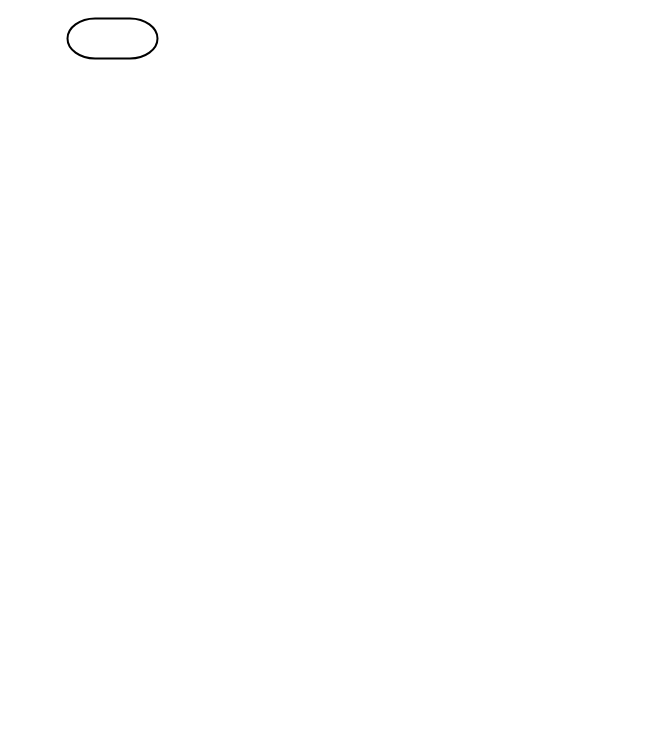
Earlier version of the draw.io diagram page "หน้า-1" (1 of 2) of แบบแผนที่ยังไม่ได้ตั้งชื่อ.drawio (HemunPrawang/C_work). Source tidied: cells renumbered, new cells numbered last; positions are measured from the earlier drawing's top-left corner, leaving out a move shared by most shapes. Both pictures are drawn from the tidied source at 100%, with x=0, y=0 at pixel (67, 18).
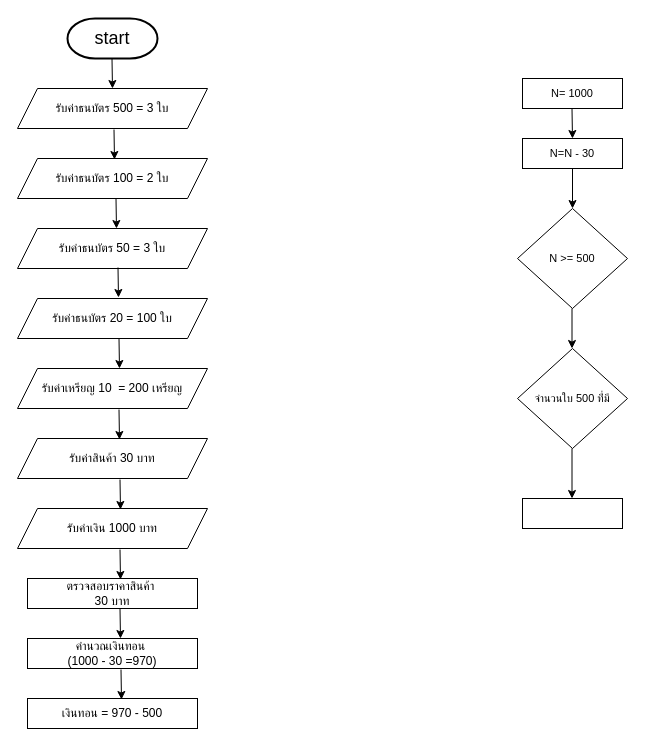
The same diagram, later.

The edit, as a diff of the source:
```diff
@@
-    <mxCell id="2" style="strokeWidth=2;html=1;shape=mxgraph.flowchart.terminator;whiteSpace=wrap;" parent="1" vertex="1">
+    <mxCell id="2" value="&lt;font style=&quot;font-size: 18px;&quot;&gt;start&lt;/font&gt;" style="strokeWidth=2;html=1;shape=mxgraph.flowchart.terminator;whiteSpace=wrap;" parent="1" vertex="1">
       <mxGeometry width="90" height="40" as="geometry" />
     </mxCell>
+    <mxCell id="3" style="endArrow=classic;html=1;rounded=0;" parent="1" edge="1">
+      <mxGeometry relative="1" as="geometry">
+        <mxPoint x="44.5" y="40" as="sourcePoint" />
+        <mxPoint x="45" y="70" as="targetPoint" />
+      </mxGeometry>
+    </mxCell>
+    <mxCell id="4" value="ตรวจสอบราคาสินค้า&amp;nbsp;&lt;div&gt;30 บาท&lt;/div&gt;" style="rounded=0;whiteSpace=wrap;html=1;" parent="1" vertex="1">
+      <mxGeometry x="-40" y="560" width="170" height="30" as="geometry" />
+    </mxCell>
+    <mxCell id="5" value="คำนวณเงินทอน&amp;nbsp;&lt;div&gt;(1000 - 30 =970)&lt;/div&gt;" style="rounded=0;whiteSpace=wrap;html=1;" parent="1" vertex="1">
+      <mxGeometry x="-40" y="620" width="170" height="30" as="geometry" />
+    </mxCell>
+    <mxCell id="6" value="เงินทอน = 970 - 500" style="rounded=0;whiteSpace=wrap;html=1;" parent="1" vertex="1">
+      <mxGeometry x="-40" y="680" width="170" height="30" as="geometry" />
+    </mxCell>
+    <mxCell id="7" value="รับค่าธนบัตร 500 = 3 ใบ" style="shape=parallelogram;perimeter=parallelogramPerimeter;whiteSpace=wrap;html=1;fixedSize=1;" parent="1" vertex="1">
+      <mxGeometry x="-50" y="70" width="190" height="40" as="geometry" />
+    </mxCell>
+    <mxCell id="8" style="endArrow=classic;html=1;rounded=0;" parent="1" edge="1">
+      <mxGeometry relative="1" as="geometry">
+        <mxPoint x="46.5" y="111" as="sourcePoint" />
+        <mxPoint x="47" y="141" as="targetPoint" />
+      </mxGeometry>
+    </mxCell>
+    <mxCell id="9" value="รับค่าธนบัตร 100 = 2 ใบ" style="shape=parallelogram;perimeter=parallelogramPerimeter;whiteSpace=wrap;html=1;fixedSize=1;" parent="1" vertex="1">
+      <mxGeometry x="-50" y="140" width="190" height="40" as="geometry" />
+    </mxCell>
+    <mxCell id="10" value="รับค่าธนบัตร 50 = 3 ใบ" style="shape=parallelogram;perimeter=parallelogramPerimeter;whiteSpace=wrap;html=1;fixedSize=1;" parent="1" vertex="1">
+      <mxGeometry x="-50" y="210" width="190" height="40" as="geometry" />
+    </mxCell>
+    <mxCell id="11" value="รับค่าธนบัตร 20 = 100 ใบ" style="shape=parallelogram;perimeter=parallelogramPerimeter;whiteSpace=wrap;html=1;fixedSize=1;" parent="1" vertex="1">
+      <mxGeometry x="-50" y="280" width="190" height="40" as="geometry" />
+    </mxCell>
+    <mxCell id="12" value="รับค่าเหรียญ 10&amp;nbsp; = 200 เหรียญ" style="shape=parallelogram;perimeter=parallelogramPerimeter;whiteSpace=wrap;html=1;fixedSize=1;" parent="1" vertex="1">
+      <mxGeometry x="-50" y="350" width="190" height="40" as="geometry" />
+    </mxCell>
+    <mxCell id="13" style="endArrow=classic;html=1;rounded=0;" parent="1" edge="1">
+      <mxGeometry relative="1" as="geometry">
+        <mxPoint x="48.5" y="180" as="sourcePoint" />
+        <mxPoint x="49" y="210" as="targetPoint" />
+      </mxGeometry>
+    </mxCell>
+    <mxCell id="14" style="endArrow=classic;html=1;rounded=0;" parent="1" edge="1">
+      <mxGeometry relative="1" as="geometry">
+        <mxPoint x="50.5" y="249" as="sourcePoint" />
+        <mxPoint x="51" y="279" as="targetPoint" />
+      </mxGeometry>
+    </mxCell>
+    <mxCell id="15" style="endArrow=classic;html=1;rounded=0;" parent="1" edge="1">
+      <mxGeometry relative="1" as="geometry">
+        <mxPoint x="51.5" y="320" as="sourcePoint" />
+        <mxPoint x="52" y="350" as="targetPoint" />
+      </mxGeometry>
+    </mxCell>
+    <mxCell id="16" style="endArrow=classic;html=1;rounded=0;" parent="1" edge="1">
+      <mxGeometry relative="1" as="geometry">
+        <mxPoint x="51.5" y="391" as="sourcePoint" />
+        <mxPoint x="52" y="421" as="targetPoint" />
+      </mxGeometry>
+    </mxCell>
+    <mxCell id="17" style="endArrow=classic;html=1;rounded=0;" parent="1" edge="1">
+      <mxGeometry relative="1" as="geometry">
+        <mxPoint x="52.5" y="590" as="sourcePoint" />
+        <mxPoint x="53" y="620" as="targetPoint" />
+      </mxGeometry>
+    </mxCell>
+    <mxCell id="18" value="รับค่าเงิน 1000 บาท" style="shape=parallelogram;perimeter=parallelogramPerimeter;whiteSpace=wrap;html=1;fixedSize=1;" parent="1" vertex="1">
+      <mxGeometry x="-50" y="490" width="190" height="40" as="geometry" />
+    </mxCell>
+    <mxCell id="19" style="endArrow=classic;html=1;rounded=0;" parent="1" edge="1">
+      <mxGeometry relative="1" as="geometry">
+        <mxPoint x="52.5" y="461" as="sourcePoint" />
+        <mxPoint x="53" y="491" as="targetPoint" />
+      </mxGeometry>
+    </mxCell>
+    <mxCell id="20" value="รับค่าสินค้า 30 บาท" style="shape=parallelogram;perimeter=parallelogramPerimeter;whiteSpace=wrap;html=1;fixedSize=1;" parent="1" vertex="1">
+      <mxGeometry x="-50" y="420" width="190" height="40" as="geometry" />
+    </mxCell>
+    <mxCell id="21" style="endArrow=classic;html=1;rounded=0;" parent="1" edge="1">
+      <mxGeometry relative="1" as="geometry">
+        <mxPoint x="52.5" y="531" as="sourcePoint" />
+        <mxPoint x="53" y="561" as="targetPoint" />
+      </mxGeometry>
+    </mxCell>
+    <mxCell id="22" style="endArrow=classic;html=1;rounded=0;" parent="1" edge="1">
+      <mxGeometry relative="1" as="geometry">
+        <mxPoint x="53.5" y="651" as="sourcePoint" />
+        <mxPoint x="54" y="681" as="targetPoint" />
+      </mxGeometry>
+    </mxCell>
+    <mxCell id="23" value="N &amp;gt;= 500" style="rhombus;whiteSpace=wrap;html=1;fontFamily=Helvetica;fontSize=11;fontColor=default;labelBackgroundColor=default;" parent="1" vertex="1">
+      <mxGeometry x="450" y="190" width="110" height="100" as="geometry" />
+    </mxCell>
+    <mxCell id="24" value="N=N - 30" style="rounded=0;whiteSpace=wrap;html=1;fontFamily=Helvetica;fontSize=11;fontColor=default;labelBackgroundColor=default;" parent="1" vertex="1">
+      <mxGeometry x="455" y="120" width="100" height="30" as="geometry" />
+    </mxCell>
+    <mxCell id="25" style="endArrow=classic;html=1;rounded=0;entryX=0.5;entryY=0;entryDx=0;entryDy=0;exitX=0.5;exitY=1;exitDx=0;exitDy=0;" parent="1" edge="1" source="24" target="23">
+      <mxGeometry relative="1" as="geometry" />
+    </mxCell>
+    <mxCell id="26" value="N= 1000" style="rounded=0;whiteSpace=wrap;html=1;fontFamily=Helvetica;fontSize=11;fontColor=default;labelBackgroundColor=default;" parent="1" vertex="1">
+      <mxGeometry x="455" y="60" width="100" height="30" as="geometry" />
+    </mxCell>
+    <mxCell id="27" style="endArrow=classic;html=1;rounded=0;strokeColor=default;align=center;verticalAlign=middle;fontFamily=Helvetica;fontSize=11;fontColor=default;labelBackgroundColor=default;edgeStyle=orthogonalEdgeStyle;entryX=0.5;entryY=0;entryDx=0;entryDy=0;" parent="1" edge="1" target="24">
+      <mxGeometry relative="1" as="geometry">
+        <mxPoint x="504.5" y="90" as="sourcePoint" />
+      </mxGeometry>
+    </mxCell>
+    <mxCell id="28" style="endArrow=classic;html=1;rounded=0;strokeColor=default;align=center;verticalAlign=middle;fontFamily=Helvetica;fontSize=11;fontColor=default;labelBackgroundColor=default;edgeStyle=orthogonalEdgeStyle;exitX=0.5;exitY=1;exitDx=0;exitDy=0;" parent="1" edge="1">
+      <mxGeometry relative="1" as="geometry">
+        <mxPoint x="504.5" y="290" as="sourcePoint" />
+        <mxPoint x="504.5" y="330" as="targetPoint" />
+      </mxGeometry>
+    </mxCell>
+    <mxCell id="29" value="จำนวนใบ 500 ที่่มี" style="rhombus;whiteSpace=wrap;html=1;fontFamily=Helvetica;fontSize=11;fontColor=default;labelBackgroundColor=default;" parent="1" vertex="1">
+      <mxGeometry x="450" y="330" width="110" height="100" as="geometry" />
+    </mxCell>
+    <mxCell id="30" style="endArrow=classic;html=1;rounded=0;strokeColor=default;align=center;verticalAlign=middle;fontFamily=Helvetica;fontSize=11;fontColor=default;labelBackgroundColor=default;edgeStyle=orthogonalEdgeStyle;" parent="1" edge="1">
+      <mxGeometry relative="1" as="geometry">
+        <mxPoint x="504.5" y="430" as="sourcePoint" />
+        <mxPoint x="504.5" y="480" as="targetPoint" />
+      </mxGeometry>
+    </mxCell>
+    <mxCell id="31" style="rounded=0;whiteSpace=wrap;html=1;fontFamily=Helvetica;fontSize=11;fontColor=default;labelBackgroundColor=default;" parent="1" vertex="1">
+      <mxGeometry x="455" y="480" width="100" height="30" as="geometry" />
+    </mxCell>
```
